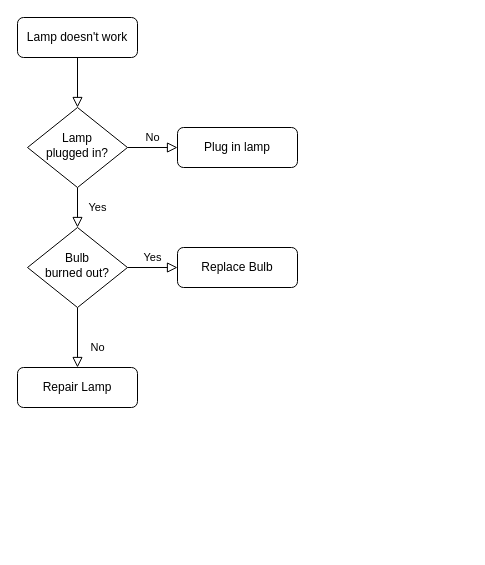
Earlier version of the draw.io diagram Sample.drawio (LucasWhatley24/NewportHighSchool). Source tidied: cells renumbered, new cells numbered last; positions are measured from the earlier drawing's top-left corner, leaving out a move shared by most shapes. Both pictures are drawn from the tidied source at 100%, with x=0, y=0 at pixel (17, 17).
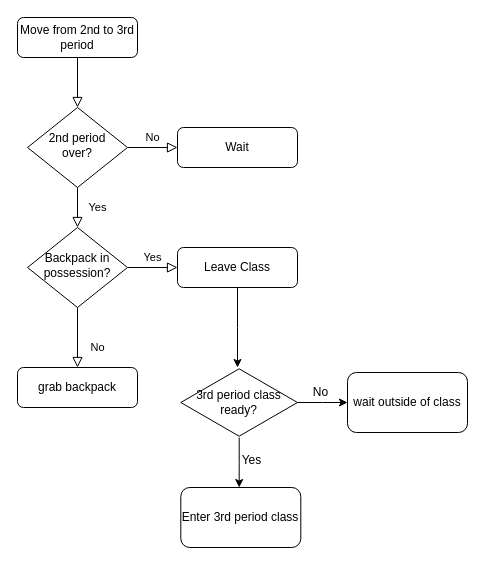
The same diagram, later.

Change to the diagram source:
```diff
@@
-    <mxCell id="3" value="Lamp doesn't work" style="rounded=1;whiteSpace=wrap;html=1;fontSize=12;glass=0;strokeWidth=1;shadow=0;" parent="1" vertex="1">
+    <mxCell id="3" value="Move from 2nd to 3rd period" style="rounded=1;whiteSpace=wrap;html=1;fontSize=12;glass=0;strokeWidth=1;shadow=0;" parent="1" vertex="1">
       <mxGeometry width="120" height="40" as="geometry" />
     </mxCell>
@@
-    <mxCell id="6" value="Lamp&lt;br&gt;plugged in?" style="rhombus;whiteSpace=wrap;html=1;shadow=0;fontFamily=Helvetica;fontSize=12;align=center;strokeWidth=1;spacing=6;spacingTop=-4;" parent="1" vertex="1">
+    <mxCell id="6" value="2nd period over?" style="rhombus;whiteSpace=wrap;html=1;shadow=0;fontFamily=Helvetica;fontSize=12;align=center;strokeWidth=1;spacing=6;spacingTop=-4;" parent="1" vertex="1">
       <mxGeometry x="10" y="90" width="100" height="80" as="geometry" />
     </mxCell>
-    <mxCell id="7" value="Plug in lamp" style="rounded=1;whiteSpace=wrap;html=1;fontSize=12;glass=0;strokeWidth=1;shadow=0;" parent="1" vertex="1">
+    <mxCell id="7" value="Wait" style="rounded=1;whiteSpace=wrap;html=1;fontSize=12;glass=0;strokeWidth=1;shadow=0;" parent="1" vertex="1">
       <mxGeometry x="160" y="110" width="120" height="40" as="geometry" />
     </mxCell>
@@
-    <mxCell id="10" value="Bulb&lt;br&gt;burned out?" style="rhombus;whiteSpace=wrap;html=1;shadow=0;fontFamily=Helvetica;fontSize=12;align=center;strokeWidth=1;spacing=6;spacingTop=-4;" parent="1" vertex="1">
+    <mxCell id="10" value="Backpack in possession?" style="rhombus;whiteSpace=wrap;html=1;shadow=0;fontFamily=Helvetica;fontSize=12;align=center;strokeWidth=1;spacing=6;spacingTop=-4;" parent="1" vertex="1">
       <mxGeometry x="10" y="210" width="100" height="80" as="geometry" />
     </mxCell>
-    <mxCell id="11" value="Repair Lamp" style="rounded=1;whiteSpace=wrap;html=1;fontSize=12;glass=0;strokeWidth=1;shadow=0;" parent="1" vertex="1">
+    <mxCell id="11" value="grab backpack" style="rounded=1;whiteSpace=wrap;html=1;fontSize=12;glass=0;strokeWidth=1;shadow=0;" parent="1" vertex="1">
       <mxGeometry y="350" width="120" height="40" as="geometry" />
     </mxCell>
+    <mxCell id="13" style="edgeStyle=orthogonalEdgeStyle;rounded=0;jettySize=auto;html=1;exitX=0.5;exitY=1;exitDx=0;exitDy=0;" parent="1" edge="1" source="12">
+      <mxGeometry relative="1" as="geometry">
+        <mxPoint x="220" y="350" as="targetPoint" />
+      </mxGeometry>
+    </mxCell>
-    <mxCell id="12" value="Replace Bulb" style="rounded=1;whiteSpace=wrap;html=1;fontSize=12;glass=0;strokeWidth=1;shadow=0;" parent="1" vertex="1">
+    <mxCell id="12" value="Leave Class" style="rounded=1;whiteSpace=wrap;html=1;fontSize=12;glass=0;strokeWidth=1;shadow=0;" parent="1" vertex="1">
       <mxGeometry x="160" y="230" width="120" height="40" as="geometry" />
     </mxCell>
+    <mxCell id="14" style="edgeStyle=orthogonalEdgeStyle;rounded=0;jettySize=auto;html=1;" parent="1" edge="1" source="16">
+      <mxGeometry relative="1" as="geometry">
+        <mxPoint x="221.7" y="470" as="targetPoint" />
+      </mxGeometry>
+    </mxCell>
+    <mxCell id="15" style="edgeStyle=orthogonalEdgeStyle;rounded=0;jettySize=auto;html=1;" parent="1" edge="1" source="16">
+      <mxGeometry relative="1" as="geometry">
+        <mxPoint x="330" y="385" as="targetPoint" />
+      </mxGeometry>
+    </mxCell>
+    <mxCell id="16" value="3rd period class ready?" style="html=1;whiteSpace=wrap;shape=isoRectangle;" parent="1" vertex="1">
+      <mxGeometry x="163.3" y="350" width="116.7" height="70" as="geometry" />
+    </mxCell>
+    <mxCell id="17" value="Enter 3rd period class" style="rounded=1;whiteSpace=wrap;html=1;" parent="1" vertex="1">
+      <mxGeometry x="163.3" y="470" width="120" height="60" as="geometry" />
+    </mxCell>
+    <mxCell id="18" value="Yes" style="text;html=1;align=center;verticalAlign=middle;strokeColor=none;fillColor=none;" parent="1" vertex="1">
+      <mxGeometry x="214" y="428" width="40" height="30" as="geometry" />
+    </mxCell>
+    <mxCell id="19" value="wait outside of class" style="rounded=1;whiteSpace=wrap;html=1;" parent="1" vertex="1">
+      <mxGeometry x="330" y="355" width="120" height="60" as="geometry" />
+    </mxCell>
+    <mxCell id="20" value="No" style="text;html=1;align=center;verticalAlign=middle;strokeColor=none;fillColor=none;" parent="1" vertex="1">
+      <mxGeometry x="283.3" y="360" width="40" height="30" as="geometry" />
+    </mxCell>
```
